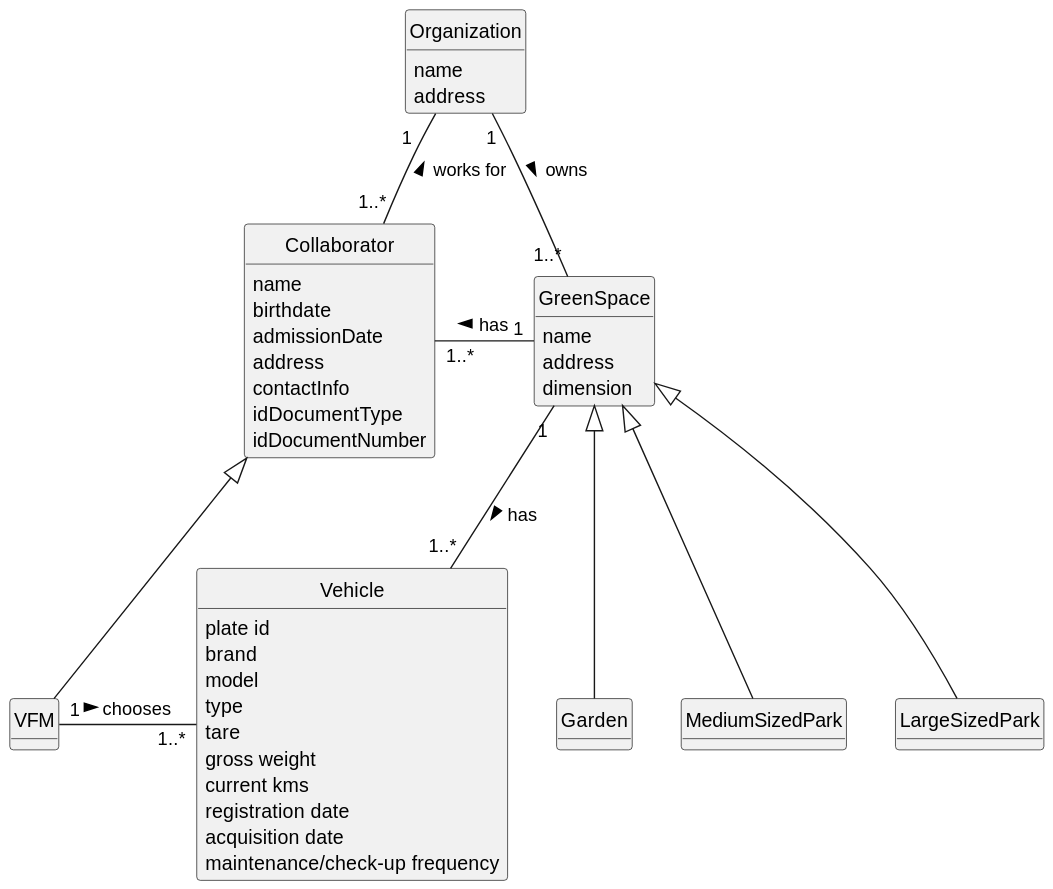
This is docs/sprintB/us007/02.analysis/svg/us007-domain-model.svg from diogoveirospro/lei-24-s2-1dg-g072, a PlantUML export, as it was before one commit.
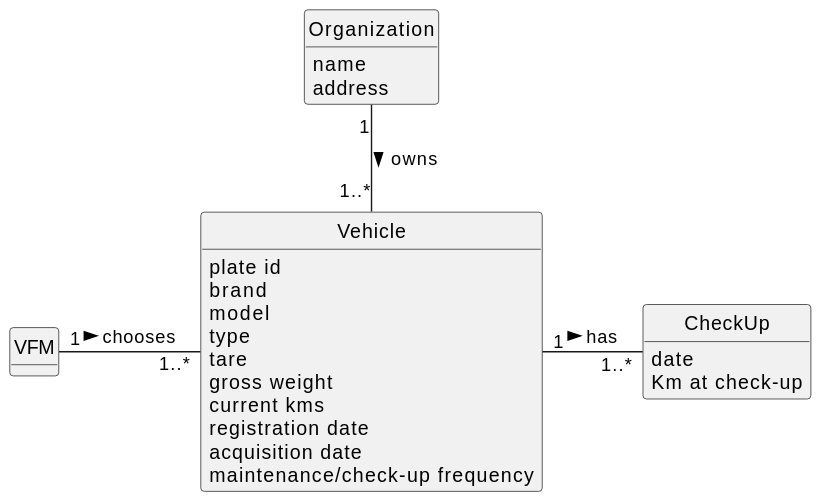
Above is the later version.

What changed in the source:
```diff
@@ -8,15 +8,7 @@
 hide circles
 hide methods
 
-class Collaborator {
-    name
-    birthdate
-    admissionDate
-    address
-    contactInfo
-    idDocumentType
-    idDocumentNumber
-}
+
 
 class VFM{
 
@@ -34,34 +26,17 @@
     acquisition date
     maintenance/check-up frequency
 }
-
-class GreenSpace {
-    name
-    address
-    dimension
-}
-
-class Garden {
-}
-
-class MediumSizedPark {
-}
-
-class LargeSizedPark {
-}
-
 class Organization{
     name
     address
 }
 
-Collaborator <|-- VFM
+class CheckUp{
+    date
+    Km at check-up
+}
+
+Organization "1" --"1..*" Vehicle: owns >
 VFM "1"-"   1..*" Vehicle: chooses >
-Collaborator "1..*" - "1" GreenSpace: has <
-GreenSpace "1" -- "1..*" Vehicle: has >
-GreenSpace <|-- Garden
-GreenSpace <|-- MediumSizedPark
-GreenSpace <|-- LargeSizedPark
-Organization "1" -- "1..*" GreenSpace: owns >
-Organization "1   " -- "1..*" Collaborator: works for <
+Vehicle "1" - "1..*" CheckUp: has >
 @enduml
```
